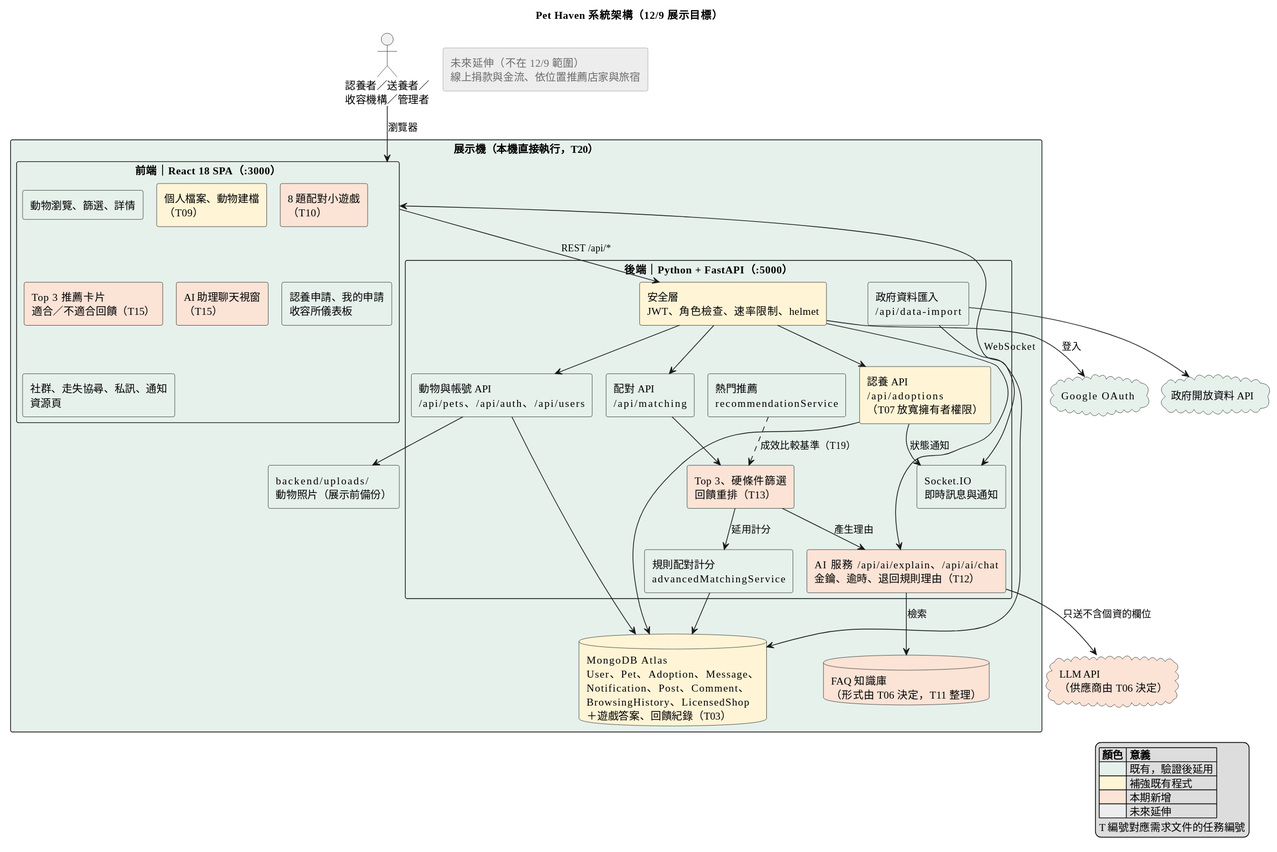
This is docs/architecture/diagrams/system-architecture.svg from Shandi00/pet-haven, a PlantUML export, as it was before one commit.
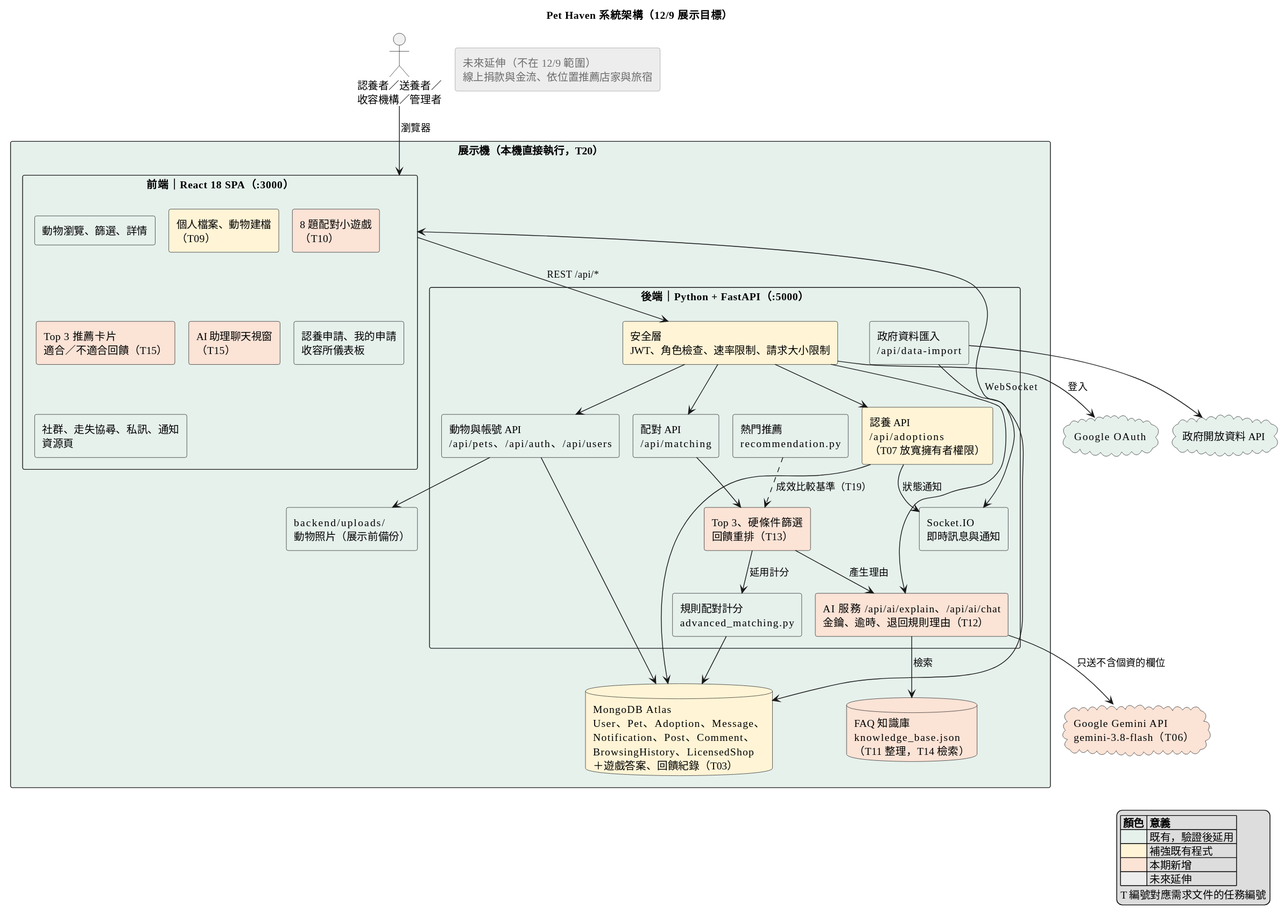
Later version of the same file.

Commit message:
docs: 現況架構補齊新增欄位、認養狀態圖與 FastAPI 敘述，更新架構圖 (T03)

What changed in the source:
```diff
@@ -39,12 +39,12 @@
   }
 
   rectangle "後端｜Python + FastAPI（:5000）" as BE <<existing>> {
-    rectangle "安全層\nJWT、角色檢查、速率限制、helmet" as BE_SEC <<enhance>>
+    rectangle "安全層\nJWT、角色檢查、速率限制、請求大小限制" as BE_SEC <<enhance>>
     rectangle "認養 API\n/api/adoptions\n（T07 放寬擁有者權限）" as BE_ADOPT <<enhance>>
     rectangle "動物與帳號 API\n/api/pets、/api/auth、/api/users" as BE_PET <<existing>>
     rectangle "配對 API\n/api/matching" as BE_MATCH <<existing>>
-    rectangle "規則配對計分\nadvancedMatchingService" as SVC_MATCH <<existing>>
-    rectangle "熱門推薦\nrecommendationService" as SVC_POP <<existing>>
+    rectangle "規則配對計分\nadvanced_matching.py" as SVC_MATCH <<existing>>
+    rectangle "熱門推薦\nrecommendation.py" as SVC_POP <<existing>>
     rectangle "Top 3、硬條件篩選\n回饋重排（T13）" as SVC_TOP3 <<new>>
     rectangle "AI 服務 /api/ai/explain、/api/ai/chat\n金鑰、逾時、退回規則理由（T12）" as SVC_AI <<new>>
     rectangle "政府資料匯入\n/api/data-import" as BE_IMPORT <<existing>>
@@ -52,11 +52,11 @@
   }
 
   database "MongoDB Atlas\nUser、Pet、Adoption、Message、\nNotification、Post、Comment、\nBrowsingHistory、LicensedShop\n＋遊戲答案、回饋紀錄（T03）" as DB <<enhance>>
-  database "FAQ 知識庫\n（形式由 T06 決定，T11 整理）" as KB <<new>>
+  database "FAQ 知識庫\nknowledge_base.json\n（T11 整理，T14 檢索）" as KB <<new>>
   rectangle "backend/uploads/\n動物照片（展示前備份）" as VOL <<existing>>
 }
 
-cloud "LLM API\n（供應商由 T06 決定）" as LLM <<new>>
+cloud "Google Gemini API\ngemini-3.8-flash（T06）" as LLM <<new>>
 cloud "Google OAuth" as GOOGLE <<existing>>
 cloud "政府開放資料 API" as GOV <<existing>>
 
```
